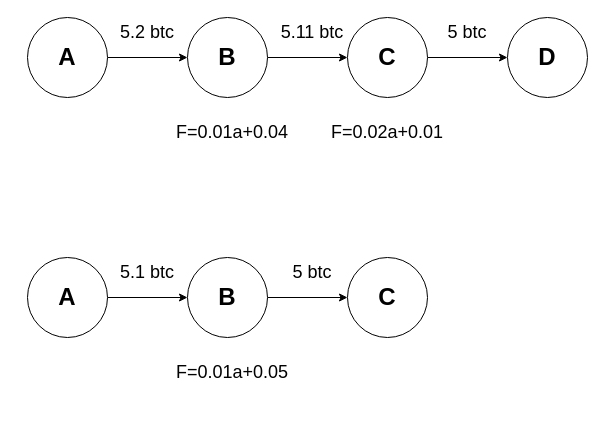
Above: 支付通道网络中借助其他节点转账.drawio in EM-FF/text (draw.io), before the change. Source tidied: cells renumbered, new cells numbered last; positions are measured from the earlier drawing's top-left corner, leaving out a move shared by most shapes. Both pictures are drawn from the tidied source at 100%, with x=0, y=0 at pixel (27, 17).
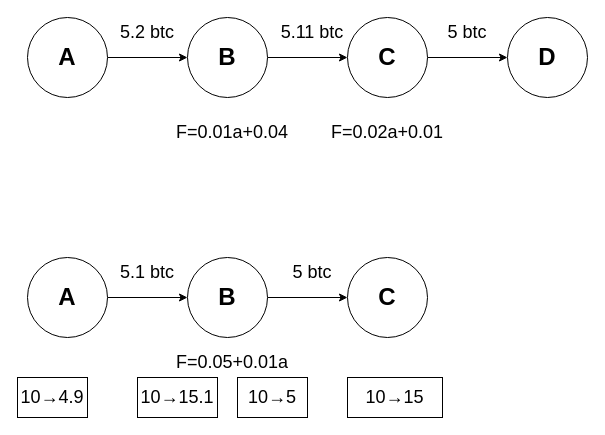
The same page after the edit.

Commit message:
更新支付通道网络中借助其他节点转账.drawio

The edit, as a diff of the source:
```diff
@@
-    <mxCell id="21" value="&lt;font style=&quot;font-size: 18px;&quot;&gt;F=0.01a+0.05&lt;/font&gt;" style="text;html=1;align=center;verticalAlign=middle;whiteSpace=wrap;rounded=0;" parent="1" vertex="1">
-      <mxGeometry x="150" y="340" width="110" height="30" as="geometry" />
+    <mxCell id="21" value="&lt;font style=&quot;font-size: 18px;&quot;&gt;F=0.05+0.01a&lt;/font&gt;" style="text;html=1;align=center;verticalAlign=middle;whiteSpace=wrap;rounded=0;" parent="1" vertex="1">
+      <mxGeometry x="150" y="330" width="110" height="30" as="geometry" />
     </mxCell>
+    <mxCell id="22" value="&lt;font style=&quot;font-size: 18px;&quot;&gt;10→4.9&lt;/font&gt;" style="rounded=0;whiteSpace=wrap;html=1;" parent="1" vertex="1">
+      <mxGeometry x="-10" y="360" width="70" height="40" as="geometry" />
+    </mxCell>
+    <mxCell id="23" value="&lt;font style=&quot;font-size: 18px;&quot;&gt;10→15.1&lt;/font&gt;" style="rounded=0;whiteSpace=wrap;html=1;" parent="1" vertex="1">
+      <mxGeometry x="110" y="360" width="80" height="40" as="geometry" />
+    </mxCell>
+    <mxCell id="24" value="&lt;font style=&quot;font-size: 18px;&quot;&gt;10→15&lt;/font&gt;" style="rounded=0;whiteSpace=wrap;html=1;" parent="1" vertex="1">
+      <mxGeometry x="320" y="360" width="95" height="40" as="geometry" />
+    </mxCell>
+    <mxCell id="25" value="&lt;font style=&quot;font-size: 18px;&quot;&gt;10→5&lt;/font&gt;" style="rounded=0;whiteSpace=wrap;html=1;" parent="1" vertex="1">
+      <mxGeometry x="210" y="360" width="70" height="40" as="geometry" />
+    </mxCell>
```
